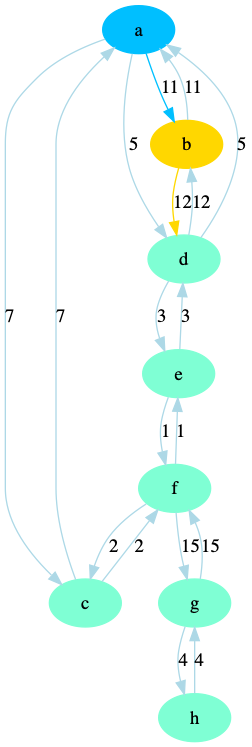
CarlosMatheus/Distributed-Minimum-Spanning-Tree keeps this Graphviz diagram as run/output/graph004.gv.png. Above is the earlier version. Its source is kept beside it as run/output/graph004.gv.
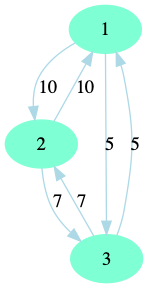
Later version of the same file.

Diff of the diagram source:
```diff
@@ -1,28 +1,11 @@
 digraph "output/graph004" {
-	a [color=deepskyblue1 style=filled]
-	b [color=gold1 style=filled]
-	c [color=aquamarine style=filled]
-	d [color=aquamarine style=filled]
-	e [color=aquamarine style=filled]
-	f [color=aquamarine style=filled]
-	g [color=aquamarine style=filled]
-	h [color=aquamarine style=filled]
-	a -> b [label=11 color=deepskyblue1]
-	b -> a [label=11 color=lightblue]
-	a -> c [label=7 color=lightblue]
-	c -> a [label=7 color=lightblue]
-	a -> d [label=5 color=lightblue]
-	d -> a [label=5 color=lightblue]
-	b -> d [label=12 color=gold1]
-	d -> b [label=12 color=lightblue]
-	d -> e [label=3 color=lightblue]
-	e -> d [label=3 color=lightblue]
-	e -> f [label=1 color=lightblue]
-	f -> e [label=1 color=lightblue]
-	c -> f [label=2 color=lightblue]
-	f -> c [label=2 color=lightblue]
-	f -> g [label=15 color=lightblue]
-	g -> f [label=15 color=lightblue]
-	g -> h [label=4 color=lightblue]
-	h -> g [label=4 color=lightblue]
+	1 [color=aquamarine style=filled]
+	2 [color=aquamarine style=filled]
+	3 [color=aquamarine style=filled]
+	1 -> 2 [label=10 color=lightblue]
+	2 -> 1 [label=10 color=lightblue]
+	2 -> 3 [label=7 color=lightblue]
+	3 -> 2 [label=7 color=lightblue]
+	1 -> 3 [label=5 color=lightblue]
+	3 -> 1 [label=5 color=lightblue]
 }
```
